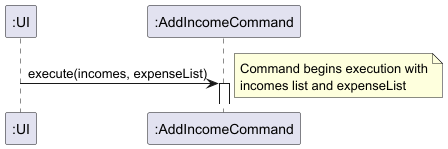
The PlantUML diagram docs/diagrams/addincome_sequence_commandinitialization.png in thienkimtranhoang/tp, before a commit. Its diagram source:
```plantuml
@startuml
participant ":UI" as UI
participant ":AddIncomeCommand" as AddCommand

UI -> AddCommand : execute(incomes, expenseList)
activate AddCommand
note right: Command begins execution with\nincomes list and expenseList

@enduml
```
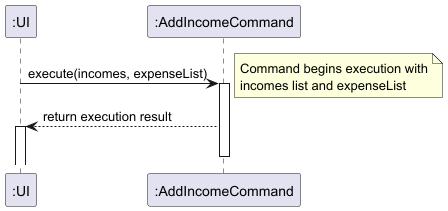
After the commit.

Diff of the diagram source:
```diff
@@ -1,4 +1,5 @@
 @startuml
+
 participant ":UI" as UI
 participant ":AddIncomeCommand" as AddCommand
 
@@ -6,4 +7,8 @@
 activate AddCommand
 note right: Command begins execution with\nincomes list and expenseList
 
+AddCommand --> UI : return execution result
+activate UI
+deactivate AddCommand
+
 @enduml
```
